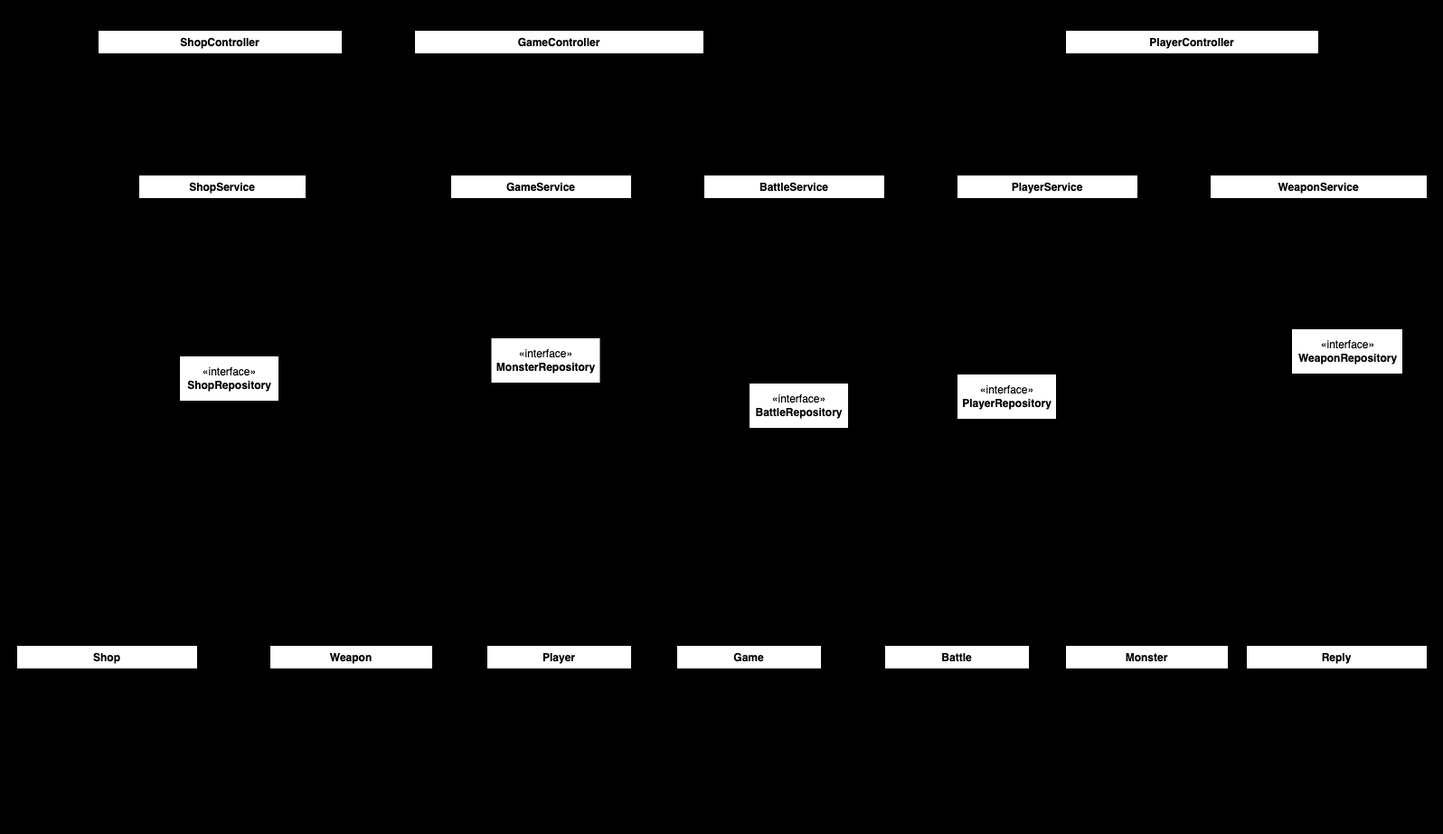
The draw.io diagram backend_UML.png in RawMal/backend_project, before a commit. Source tidied: cells renumbered, new cells last; positions are measured from the earlier drawing's top-left corner, leaving out a move shared by most shapes.
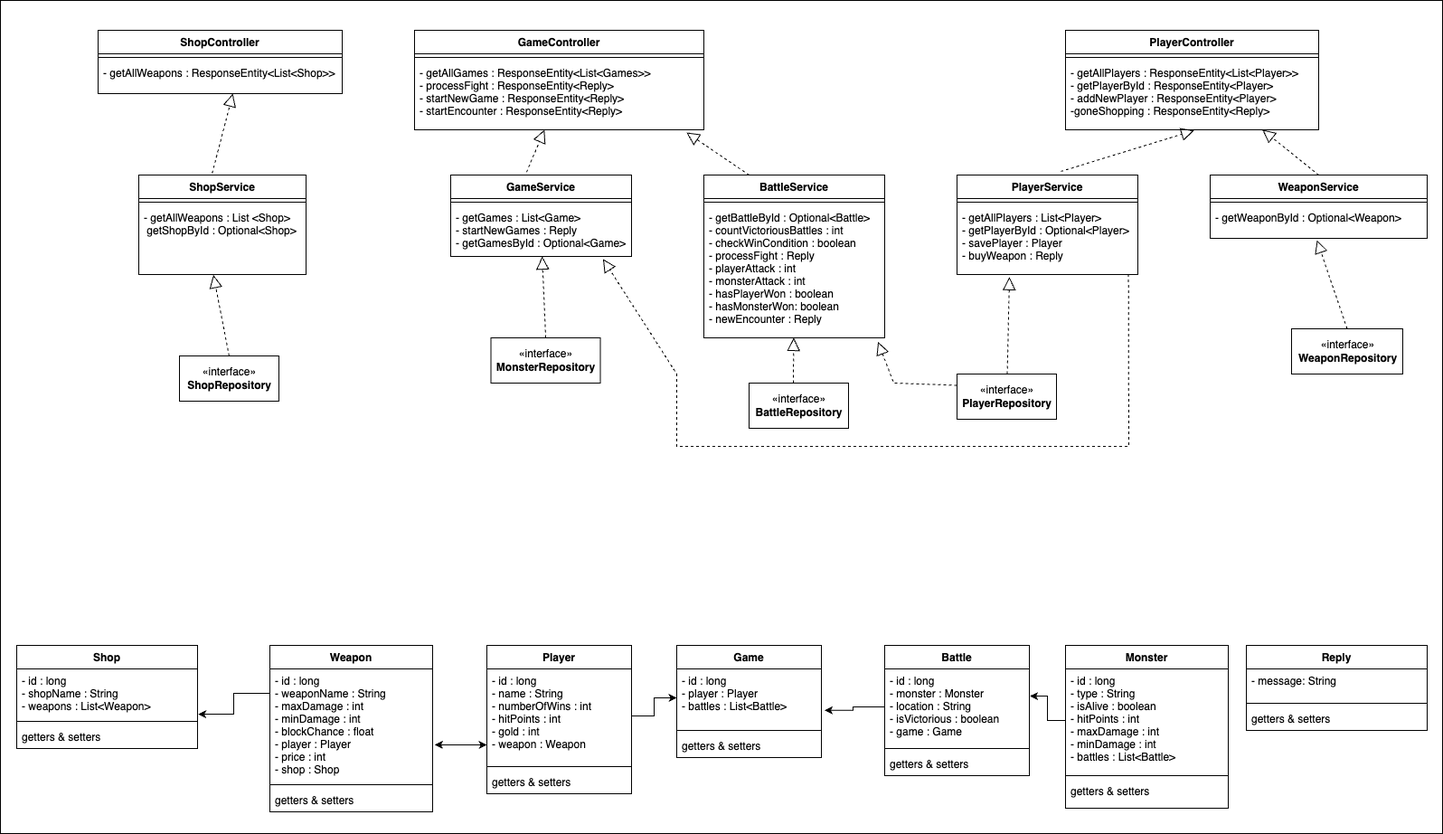
After the change.

Commit message:
even more background experiments

The edit, as a diff of the source:
```diff
@@ -2,7 +2,7 @@
   <root>
     <mxCell id="0" />
     <mxCell id="1" parent="0" />
-    <mxCell id="2" style="rounded=0;whiteSpace=wrap;html=1;fontColor=#000000;fillColor=#000000;" parent="1" vertex="1">
+    <mxCell id="2" style="rounded=0;whiteSpace=wrap;html=1;fontColor=#000000;fillColor=#FFFFFF;" parent="1" vertex="1">
       <mxGeometry width="1595" height="921" as="geometry" />
     </mxCell>
     <mxCell id="3" value="Player" style="swimlane;fontStyle=1;align=center;verticalAlign=top;horizontal=1;startSize=26;" parent="1" vertex="1">
```
